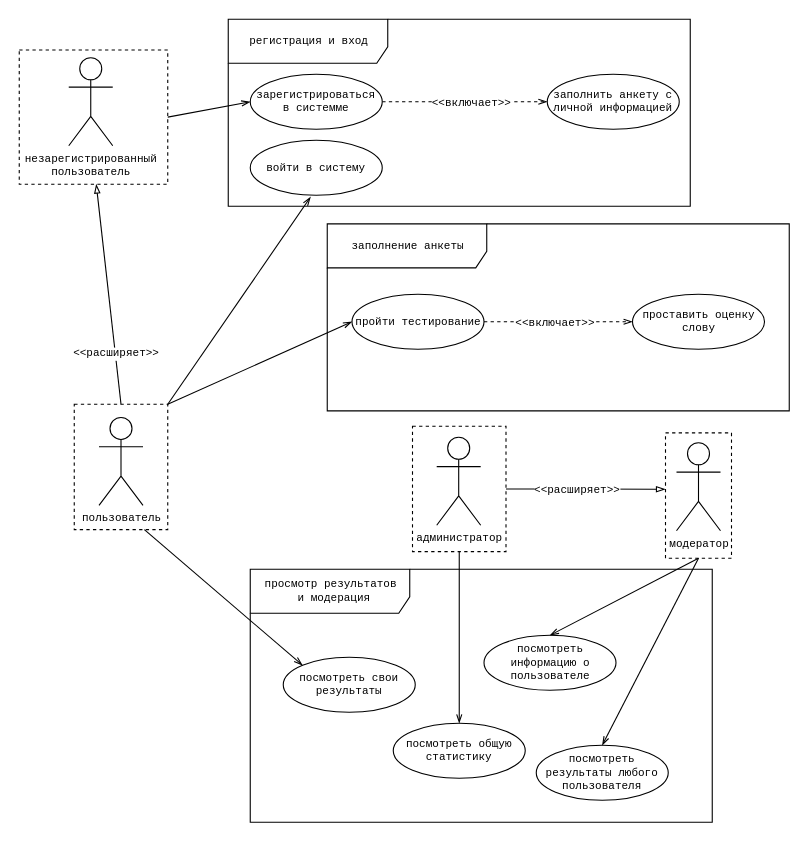
honeycarbs/bmstu-db-term-6sem keeps this draw.io diagram as doc/schema/term-uc.drawio. Above is the earlier version. Source tidied: cells renumbered, new cells numbered last; positions are measured from the earlier drawing's top-left corner, leaving out a move shared by most shapes. Both pictures are drawn from the tidied source at 110%, with x=0, y=0 at pixel (19, 19).
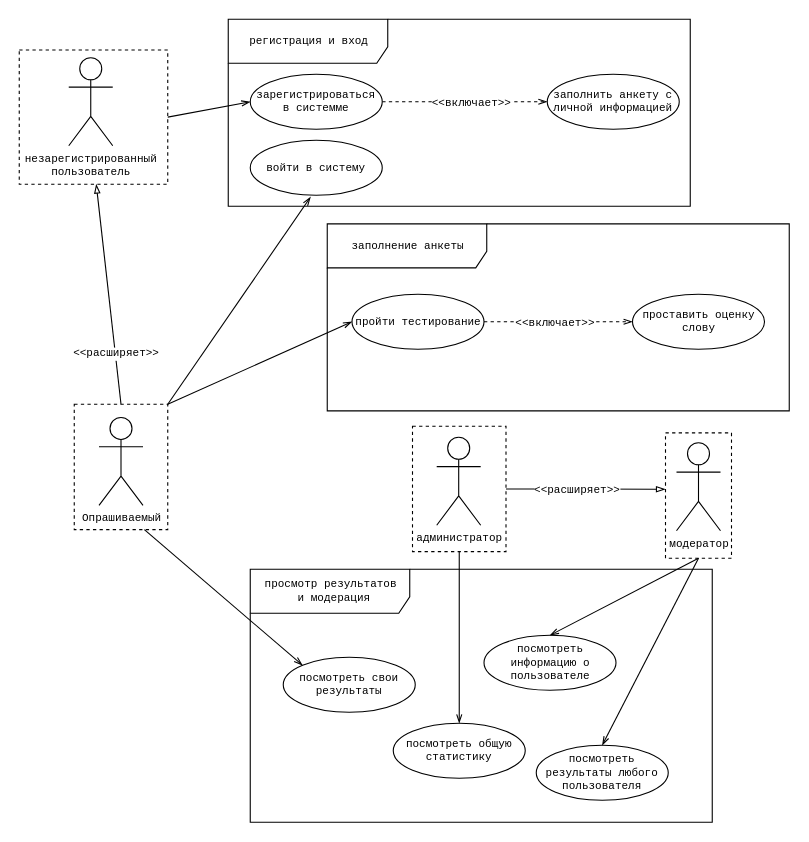
The same diagram, later.

Unchanged cells that the change refers to:
```xml
<mxCell id="32" style="group;" parent="1" vertex="1">
  <mxGeometry x="50" y="350" width="85" height="114" as="geometry" />
</mxCell>
```

Diff of the diagram source:
```diff
@@
-    <mxCell id="34" value="&lt;div style=&quot;font-size: 10px;&quot;&gt;пользователь&lt;/div&gt;&lt;div style=&quot;font-size: 10px;&quot;&gt;&lt;br style=&quot;font-size: 10px;&quot;&gt;&lt;/div&gt;" style="shape=umlActor;verticalLabelPosition=bottom;verticalAlign=top;html=1;shadow=0;fontSize=10;fontFamily=Courier New;" parent="32" vertex="1">
+    <mxCell id="34" value="&lt;div style=&quot;font-size: 10px;&quot;&gt;Опрашиваемый&lt;/div&gt;" style="shape=umlActor;verticalLabelPosition=bottom;verticalAlign=top;html=1;shadow=0;fontSize=10;fontFamily=Courier New;" parent="32" vertex="1">
       <mxGeometry x="22.5" y="12" width="40" height="80" as="geometry" />
     </mxCell>
```
